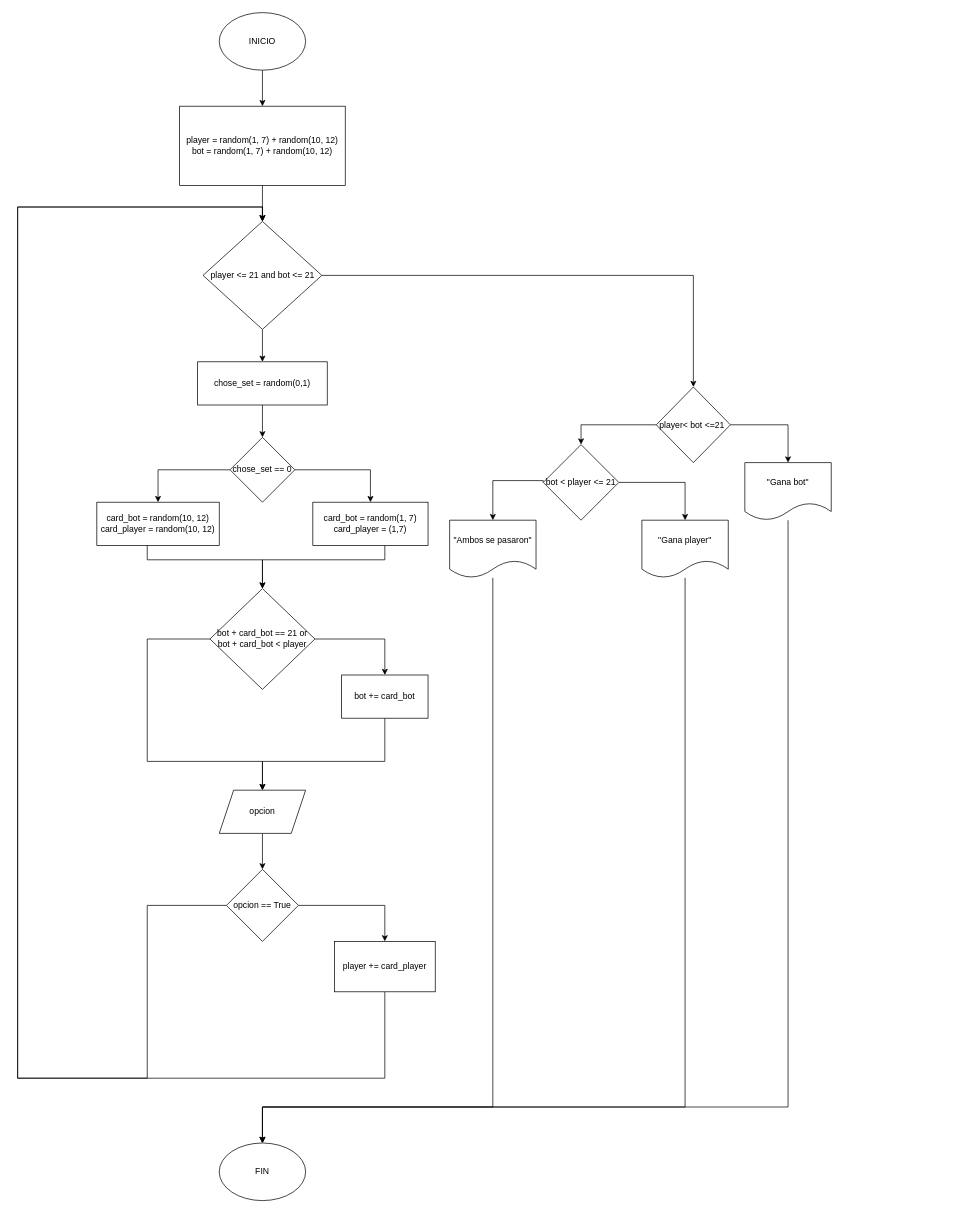
Before: diagrama_blackjack.drawio in HelbertAlexeiv/blackjack, a draw.io diagram. Source tidied: cells renumbered, new cells numbered last; positions are measured from the earlier drawing's top-left corner, leaving out a move shared by most shapes. Both pictures are drawn from the tidied source at 72%, with x=0, y=0 at pixel (17, 12).
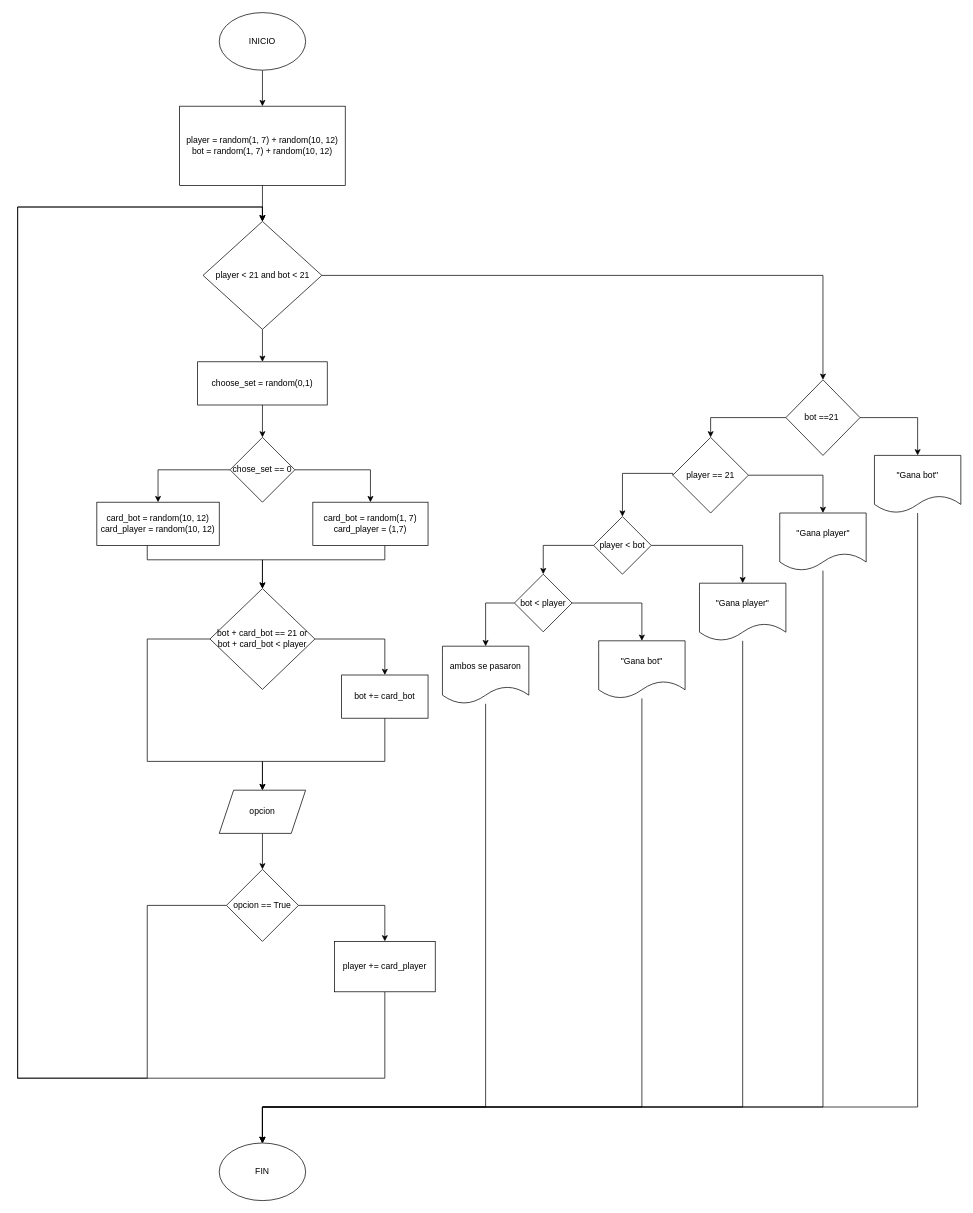
After the change.

The change refers to these unchanged cells:
```xml
<mxCell id="30" value="FIN" style="ellipse;whiteSpace=wrap;html=1;" parent="1" vertex="1">
  <mxGeometry x="280" y="1570" width="120" height="80" as="geometry" />
</mxCell>
```

What changed in the source:
```diff
@@
-    <mxCell id="8" value="player &amp;lt;= 21 and bot &amp;lt;= 21" style="rhombus;whiteSpace=wrap;html=1;" parent="1" vertex="1">
+    <mxCell id="8" value="player &amp;lt; 21 and bot &amp;lt; 21" style="rhombus;whiteSpace=wrap;html=1;" parent="1" vertex="1">
       <mxGeometry x="257.5" y="290" width="165" height="150" as="geometry" />
     </mxCell>
@@
-    <mxCell id="10" value="chose_set = random(0,1)" style="rounded=0;whiteSpace=wrap;html=1;" parent="1" vertex="1">
+    <mxCell id="10" value="choose_set = random(0,1)" style="rounded=0;whiteSpace=wrap;html=1;" parent="1" vertex="1">
       <mxGeometry x="250" y="485" width="180" height="60" as="geometry" />
     </mxCell>
@@
-    <mxCell id="33" value="player&amp;lt; bot &amp;lt;=21&amp;nbsp;" style="rhombus;whiteSpace=wrap;html=1;" parent="1" vertex="1">
-      <mxGeometry x="887" y="520" width="103" height="105" as="geometry" />
+    <mxCell id="33" value="bot ==21&amp;nbsp;" style="rhombus;whiteSpace=wrap;html=1;" parent="1" vertex="1">
+      <mxGeometry x="1067" y="510" width="103" height="105" as="geometry" />
     </mxCell>
-    <mxCell id="34" style="edgeStyle=orthogonalEdgeStyle;rounded=0;jettySize=auto;html=1;entryX=0.5;entryY=0;entryDx=0;entryDy=0;" parent="1" edge="1" source="35" target="30">
+    <mxCell id="34" style="edgeStyle=orthogonalEdgeStyle;rounded=0;jettySize=auto;html=1;" parent="1" edge="1" source="35" target="30">
       <mxGeometry relative="1" as="geometry">
         <Array as="points">
-          <mxPoint x="1070" y="1520" />
+          <mxPoint x="1250" y="1520" />
           <mxPoint x="340" y="1520" />
         </Array>
       </mxGeometry>
     </mxCell>
     <mxCell id="35" value="&quot;Gana bot&quot;" style="shape=document;whiteSpace=wrap;html=1;boundedLbl=1;" parent="1" vertex="1">
-      <mxGeometry x="1010" y="625" width="120" height="80" as="geometry" />
+      <mxGeometry x="1190" y="615" width="120" height="80" as="geometry" />
     </mxCell>
@@
-    <mxCell id="37" style="edgeStyle=orthogonalEdgeStyle;rounded=0;jettySize=auto;html=1;entryX=0.5;entryY=0;entryDx=0;entryDy=0;exitX=0;exitY=0.5;exitDx=0;exitDy=0;" parent="1" edge="1" source="38" target="42">
+    <mxCell id="37" style="edgeStyle=orthogonalEdgeStyle;rounded=0;jettySize=auto;html=1;exitX=0;exitY=0.5;exitDx=0;exitDy=0;" parent="1" edge="1" source="38" target="44">
       <mxGeometry relative="1" as="geometry">
         <Array as="points">
-          <mxPoint x="730" y="650" />
-          <mxPoint x="660" y="650" />
+          <mxPoint x="910" y="640" />
+          <mxPoint x="840" y="640" />
         </Array>
       </mxGeometry>
     </mxCell>
-    <mxCell id="38" value="bot &amp;lt; player &amp;lt;= 21" style="rhombus;whiteSpace=wrap;html=1;" parent="1" vertex="1">
-      <mxGeometry x="730" y="600" width="105" height="105" as="geometry" />
+    <mxCell id="38" value="player == 21" style="rhombus;whiteSpace=wrap;html=1;" parent="1" vertex="1">
+      <mxGeometry x="910" y="590" width="105" height="105" as="geometry" />
     </mxCell>
     <mxCell id="39" style="edgeStyle=orthogonalEdgeStyle;rounded=0;jettySize=auto;html=1;entryX=0.5;entryY=0;entryDx=0;entryDy=0;" parent="1" edge="1" source="40" target="30">
       <mxGeometry relative="1" as="geometry">
         <Array as="points">
-          <mxPoint x="927" y="1520" />
+          <mxPoint x="1119" y="1520" />
           <mxPoint x="340" y="1520" />
         </Array>
       </mxGeometry>
     </mxCell>
     <mxCell id="40" value="&quot;Gana player&quot;" style="shape=document;whiteSpace=wrap;html=1;boundedLbl=1;" parent="1" vertex="1">
-      <mxGeometry x="867" y="705" width="120" height="80" as="geometry" />
+      <mxGeometry x="1058.5" y="695" width="120" height="80" as="geometry" />
     </mxCell>
-    <mxCell id="41" style="edgeStyle=orthogonalEdgeStyle;rounded=0;jettySize=auto;html=1;entryX=0.5;entryY=0;entryDx=0;entryDy=0;" parent="1" edge="1" source="42" target="30">
-      <mxGeometry relative="1" as="geometry">
-        <Array as="points">
-          <mxPoint x="660" y="1520" />
-          <mxPoint x="340" y="1520" />
-        </Array>
-      </mxGeometry>
-    </mxCell>
-    <mxCell id="42" value="&quot;Ambos se pasaron&quot;" style="shape=document;whiteSpace=wrap;html=1;boundedLbl=1;" parent="1" vertex="1">
-      <mxGeometry x="600" y="705" width="120" height="80" as="geometry" />
-    </mxCell>
+    <mxCell id="43" style="edgeStyle=orthogonalEdgeStyle;rounded=0;jettySize=auto;html=1;entryX=0.5;entryY=0;entryDx=0;entryDy=0;" parent="1" edge="1" source="44" target="49">
+      <mxGeometry relative="1" as="geometry" />
+    </mxCell>
+    <mxCell id="44" value="player &amp;lt; bot" style="rhombus;whiteSpace=wrap;html=1;" parent="1" vertex="1">
+      <mxGeometry x="800" y="700" width="80" height="80" as="geometry" />
+    </mxCell>
+    <mxCell id="45" style="edgeStyle=orthogonalEdgeStyle;rounded=0;jettySize=auto;html=1;entryX=0.5;entryY=0;entryDx=0;entryDy=0;" parent="1" edge="1" source="44" target="47">
+      <mxGeometry relative="1" as="geometry" />
+    </mxCell>
+    <mxCell id="46" style="edgeStyle=orthogonalEdgeStyle;rounded=0;jettySize=auto;html=1;entryX=0.5;entryY=0;entryDx=0;entryDy=0;" parent="1" edge="1" source="47" target="30">
+      <mxGeometry relative="1" as="geometry">
+        <Array as="points">
+          <mxPoint x="1007" y="1520" />
+          <mxPoint x="340" y="1520" />
+        </Array>
+      </mxGeometry>
+    </mxCell>
+    <mxCell id="47" value="&quot;Gana player&quot;" style="shape=document;whiteSpace=wrap;html=1;boundedLbl=1;" parent="1" vertex="1">
+      <mxGeometry x="947" y="792.5" width="120" height="80" as="geometry" />
+    </mxCell>
+    <mxCell id="48" style="edgeStyle=orthogonalEdgeStyle;rounded=0;jettySize=auto;html=1;" parent="1" edge="1" source="49" target="54">
+      <mxGeometry relative="1" as="geometry">
+        <Array as="points">
+          <mxPoint x="650" y="820" />
+        </Array>
+      </mxGeometry>
+    </mxCell>
+    <mxCell id="49" value="bot &amp;lt; player" style="rhombus;whiteSpace=wrap;html=1;" parent="1" vertex="1">
+      <mxGeometry x="690" y="780" width="80" height="80" as="geometry" />
+    </mxCell>
+    <mxCell id="50" style="edgeStyle=orthogonalEdgeStyle;rounded=0;jettySize=auto;html=1;entryX=0.5;entryY=0;entryDx=0;entryDy=0;" parent="1" edge="1" source="49" target="52">
+      <mxGeometry relative="1" as="geometry" />
+    </mxCell>
+    <mxCell id="51" style="edgeStyle=orthogonalEdgeStyle;rounded=0;jettySize=auto;html=1;" parent="1" edge="1" source="52" target="30">
+      <mxGeometry relative="1" as="geometry">
+        <Array as="points">
+          <mxPoint x="867" y="1520" />
+          <mxPoint x="340" y="1520" />
+        </Array>
+      </mxGeometry>
+    </mxCell>
+    <mxCell id="52" value="&quot;Gana bot&quot;" style="shape=document;whiteSpace=wrap;html=1;boundedLbl=1;" parent="1" vertex="1">
+      <mxGeometry x="807" y="872.5" width="120" height="80" as="geometry" />
+    </mxCell>
+    <mxCell id="53" style="edgeStyle=orthogonalEdgeStyle;rounded=0;jettySize=auto;html=1;" parent="1" edge="1" source="54" target="30">
+      <mxGeometry relative="1" as="geometry">
+        <Array as="points">
+          <mxPoint x="650" y="1520" />
+          <mxPoint x="340" y="1520" />
+        </Array>
+      </mxGeometry>
+    </mxCell>
+    <mxCell id="54" value="ambos se pasaron" style="shape=document;whiteSpace=wrap;html=1;boundedLbl=1;" parent="1" vertex="1">
+      <mxGeometry x="590" y="880" width="120" height="80" as="geometry" />
+    </mxCell>
```
